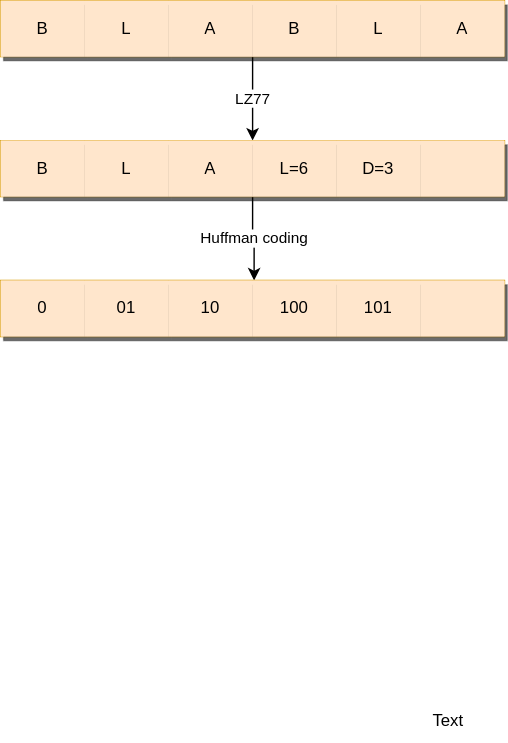
vackosar/vackosar.github.io keeps this draw.io diagram as images/deflate-algorithm-operation.drawio.svg. Above is the earlier version. Source tidied: cells renumbered, new cells last; positions are measured from the earlier drawing's top-left corner, leaving out a move shared by most shapes. The source it was exported from:
```xml
<mxGraphModel>
  <root>
    <mxCell id="0" />
    <mxCell id="1" parent="0" />
    <mxCell id="2" value="Text" style="text;html=1;strokeColor=none;fillColor=none;align=center;verticalAlign=middle;whiteSpace=wrap;rounded=0;" parent="1" vertex="1">
      <mxGeometry x="290" y="500" width="60" height="30" as="geometry" />
    </mxCell>
    <mxCell id="3" value="LZ77" style="edgeStyle=orthogonalEdgeStyle;rounded=0;jettySize=auto;html=1;exitX=0.5;exitY=1;exitDx=0;exitDy=0;" parent="1" edge="1" source="4" target="13">
      <mxGeometry relative="1" as="geometry" />
    </mxCell>
    <mxCell id="4" style="shape=table;html=1;whiteSpace=wrap;startSize=0;columnLines=0;rowLines=0;strokeColor=#d79b00;swimlaneFillColor=none;shadow=1;sketch=0;fillColor=#ffe6cc;" parent="1" vertex="1">
      <mxGeometry width="360" height="40" as="geometry" />
    </mxCell>
    <mxCell id="5" style="shape=tableRow;horizontal=0;startSize=0;swimlaneHead=0;swimlaneBody=0;top=0;left=0;bottom=0;right=0;fillColor=#ffe6cc;strokeColor=#d79b00;swimlaneFillColor=none;shadow=1;sketch=0;" parent="4" vertex="1">
      <mxGeometry width="360" height="40" as="geometry" />
    </mxCell>
    <mxCell id="6" value="B" style="shape=partialRectangle;html=1;whiteSpace=wrap;fillColor=#ffe6cc;top=0;left=0;bottom=0;right=0;overflow=hidden;fontSize=12;strokeColor=#d79b00;swimlaneFillColor=none;shadow=1;sketch=0;" parent="5" vertex="1">
      <mxGeometry width="60" height="40" as="geometry" />
    </mxCell>
    <mxCell id="7" value="L" style="shape=partialRectangle;html=1;whiteSpace=wrap;fillColor=#ffe6cc;top=0;left=0;bottom=0;right=0;overflow=hidden;fontSize=12;strokeColor=#d79b00;swimlaneFillColor=none;shadow=1;sketch=0;" parent="5" vertex="1">
      <mxGeometry x="60" width="60" height="40" as="geometry" />
    </mxCell>
    <mxCell id="8" value="A" style="shape=partialRectangle;html=1;whiteSpace=wrap;fillColor=#ffe6cc;top=0;left=0;bottom=0;right=0;overflow=hidden;fontSize=12;strokeColor=#d79b00;swimlaneFillColor=none;shadow=1;sketch=0;" parent="5" vertex="1">
      <mxGeometry x="120" width="60" height="40" as="geometry" />
    </mxCell>
    <mxCell id="9" value="B" style="shape=partialRectangle;html=1;whiteSpace=wrap;fillColor=#ffe6cc;top=0;left=0;bottom=0;right=0;overflow=hidden;fontSize=12;strokeColor=#d79b00;swimlaneFillColor=none;shadow=1;sketch=0;" parent="5" vertex="1">
      <mxGeometry x="180" width="60" height="40" as="geometry" />
    </mxCell>
    <mxCell id="10" value="L" style="shape=partialRectangle;html=1;whiteSpace=wrap;fillColor=#ffe6cc;top=0;left=0;bottom=0;right=0;overflow=hidden;fontSize=12;strokeColor=#d79b00;swimlaneFillColor=none;shadow=1;sketch=0;" parent="5" vertex="1">
      <mxGeometry x="240" width="60" height="40" as="geometry" />
    </mxCell>
    <mxCell id="11" value="A" style="shape=partialRectangle;html=1;whiteSpace=wrap;fillColor=#ffe6cc;top=0;left=0;bottom=0;right=0;overflow=hidden;fontSize=12;strokeColor=#d79b00;swimlaneFillColor=none;shadow=1;sketch=0;" parent="5" vertex="1">
      <mxGeometry x="300" width="60" height="40" as="geometry" />
    </mxCell>
    <mxCell id="12" value="Huffman coding" style="edgeStyle=orthogonalEdgeStyle;rounded=0;jettySize=auto;html=1;exitX=0.5;exitY=1;exitDx=0;exitDy=0;entryX=0.503;entryY=0;entryDx=0;entryDy=0;entryPerimeter=0;" parent="1" edge="1" source="13" target="22">
      <mxGeometry relative="1" as="geometry" />
    </mxCell>
    <mxCell id="13" style="shape=table;html=1;whiteSpace=wrap;startSize=0;columnLines=0;rowLines=0;strokeColor=#d79b00;swimlaneFillColor=none;shadow=1;sketch=0;fillColor=#ffe6cc;" parent="1" vertex="1">
      <mxGeometry y="100" width="360" height="40" as="geometry" />
    </mxCell>
    <mxCell id="14" style="shape=tableRow;horizontal=0;startSize=0;swimlaneHead=0;swimlaneBody=0;top=0;left=0;bottom=0;right=0;fillColor=#ffe6cc;strokeColor=#d79b00;swimlaneFillColor=none;shadow=1;sketch=0;" parent="13" vertex="1">
      <mxGeometry width="360" height="40" as="geometry" />
    </mxCell>
    <mxCell id="15" value="B" style="shape=partialRectangle;html=1;whiteSpace=wrap;fillColor=#ffe6cc;top=0;left=0;bottom=0;right=0;overflow=hidden;fontSize=12;strokeColor=#d79b00;swimlaneFillColor=none;shadow=1;sketch=0;" parent="14" vertex="1">
      <mxGeometry width="60" height="40" as="geometry" />
    </mxCell>
    <mxCell id="16" value="L" style="shape=partialRectangle;html=1;whiteSpace=wrap;fillColor=#ffe6cc;top=0;left=0;bottom=0;right=0;overflow=hidden;fontSize=12;strokeColor=#d79b00;swimlaneFillColor=none;shadow=1;sketch=0;" parent="14" vertex="1">
      <mxGeometry x="60" width="60" height="40" as="geometry" />
    </mxCell>
    <mxCell id="17" value="A" style="shape=partialRectangle;html=1;whiteSpace=wrap;fillColor=#ffe6cc;top=0;left=0;bottom=0;right=0;overflow=hidden;fontSize=12;strokeColor=#d79b00;swimlaneFillColor=none;shadow=1;sketch=0;" parent="14" vertex="1">
      <mxGeometry x="120" width="60" height="40" as="geometry" />
    </mxCell>
    <mxCell id="18" value="L=6" style="shape=partialRectangle;html=1;whiteSpace=wrap;fillColor=#ffe6cc;top=0;left=0;bottom=0;right=0;overflow=hidden;fontSize=12;strokeColor=#d79b00;swimlaneFillColor=none;shadow=1;sketch=0;" parent="14" vertex="1">
      <mxGeometry x="180" width="60" height="40" as="geometry" />
    </mxCell>
    <mxCell id="19" value="D=3" style="shape=partialRectangle;html=1;whiteSpace=wrap;fillColor=#ffe6cc;top=0;left=0;bottom=0;right=0;overflow=hidden;fontSize=12;strokeColor=#d79b00;swimlaneFillColor=none;shadow=1;sketch=0;" parent="14" vertex="1">
      <mxGeometry x="240" width="60" height="40" as="geometry" />
    </mxCell>
    <mxCell id="20" style="shape=partialRectangle;html=1;whiteSpace=wrap;fillColor=#ffe6cc;top=0;left=0;bottom=0;right=0;overflow=hidden;fontSize=12;strokeColor=#d79b00;swimlaneFillColor=none;shadow=1;sketch=0;" parent="14" vertex="1">
      <mxGeometry x="300" width="60" height="40" as="geometry" />
    </mxCell>
    <mxCell id="21" style="shape=table;html=1;whiteSpace=wrap;startSize=0;columnLines=0;rowLines=0;strokeColor=#d79b00;swimlaneFillColor=none;shadow=1;sketch=0;fillColor=#ffe6cc;" parent="1" vertex="1">
      <mxGeometry y="200" width="360" height="40" as="geometry" />
    </mxCell>
    <mxCell id="22" style="shape=tableRow;horizontal=0;startSize=0;swimlaneHead=0;swimlaneBody=0;top=0;left=0;bottom=0;right=0;fillColor=#ffe6cc;points=[[0,0.5],[1,0.5]];portConstraint=eastwest;strokeColor=#d79b00;swimlaneFillColor=none;shadow=1;sketch=0;" parent="21" vertex="1">
      <mxGeometry width="360" height="40" as="geometry" />
    </mxCell>
    <mxCell id="23" value="0" style="shape=partialRectangle;html=1;whiteSpace=wrap;fillColor=#ffe6cc;top=0;left=0;bottom=0;right=0;overflow=hidden;fontSize=12;strokeColor=#d79b00;swimlaneFillColor=none;shadow=1;sketch=0;" parent="22" vertex="1">
      <mxGeometry width="60" height="40" as="geometry" />
    </mxCell>
    <mxCell id="24" value="01" style="shape=partialRectangle;html=1;whiteSpace=wrap;fillColor=#ffe6cc;top=0;left=0;bottom=0;right=0;overflow=hidden;fontSize=12;strokeColor=#d79b00;swimlaneFillColor=none;shadow=1;sketch=0;" parent="22" vertex="1">
      <mxGeometry x="60" width="60" height="40" as="geometry" />
    </mxCell>
    <mxCell id="25" value="10" style="shape=partialRectangle;html=1;whiteSpace=wrap;fillColor=#ffe6cc;top=0;left=0;bottom=0;right=0;overflow=hidden;fontSize=12;strokeColor=#d79b00;swimlaneFillColor=none;shadow=1;sketch=0;" parent="22" vertex="1">
      <mxGeometry x="120" width="60" height="40" as="geometry" />
    </mxCell>
    <mxCell id="26" value="100" style="shape=partialRectangle;html=1;whiteSpace=wrap;fillColor=#ffe6cc;top=0;left=0;bottom=0;right=0;overflow=hidden;fontSize=12;strokeColor=#d79b00;swimlaneFillColor=none;shadow=1;sketch=0;" parent="22" vertex="1">
      <mxGeometry x="180" width="60" height="40" as="geometry" />
    </mxCell>
    <mxCell id="27" value="101" style="shape=partialRectangle;html=1;whiteSpace=wrap;fillColor=#ffe6cc;top=0;left=0;bottom=0;right=0;overflow=hidden;fontSize=12;strokeColor=#d79b00;swimlaneFillColor=none;shadow=1;sketch=0;" parent="22" vertex="1">
      <mxGeometry x="240" width="60" height="40" as="geometry" />
    </mxCell>
    <mxCell id="28" style="shape=partialRectangle;html=1;whiteSpace=wrap;fillColor=#ffe6cc;top=0;left=0;bottom=0;right=0;overflow=hidden;fontSize=12;strokeColor=#d79b00;swimlaneFillColor=none;shadow=1;sketch=0;" parent="22" vertex="1">
      <mxGeometry x="300" width="60" height="40" as="geometry" />
    </mxCell>
  </root>
</mxGraphModel>
```
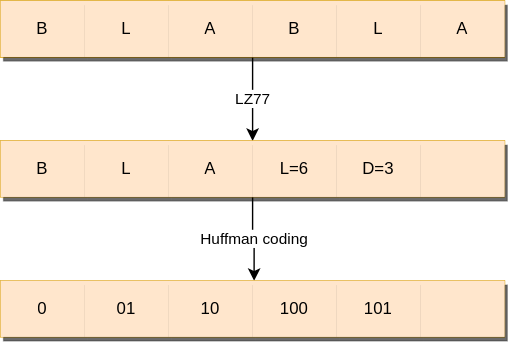
After the commit.

The edit, as a diff of the source:
```diff
@@ -2,9 +2,6 @@
   <root>
     <mxCell id="0" />
     <mxCell id="1" parent="0" />
-    <mxCell id="2" value="Text" style="text;html=1;strokeColor=none;fillColor=none;align=center;verticalAlign=middle;whiteSpace=wrap;rounded=0;" parent="1" vertex="1">
-      <mxGeometry x="290" y="500" width="60" height="30" as="geometry" />
-    </mxCell>
     <mxCell id="3" value="LZ77" style="edgeStyle=orthogonalEdgeStyle;rounded=0;jettySize=auto;html=1;exitX=0.5;exitY=1;exitDx=0;exitDy=0;" parent="1" edge="1" source="4" target="13">
       <mxGeometry relative="1" as="geometry" />
     </mxCell>
```
